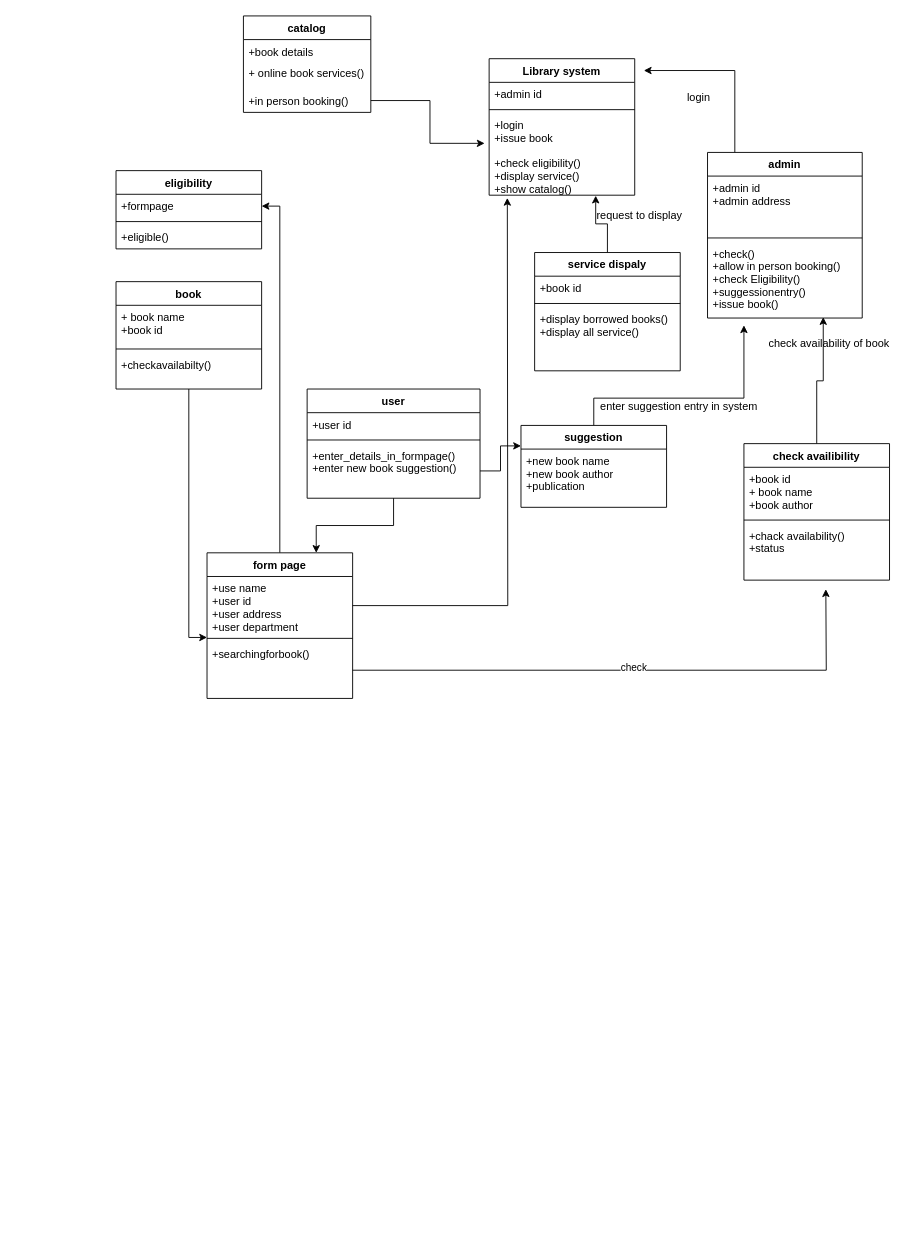
vkss/backpropagation keeps this draw.io diagram as Untitled Diagram.drawio. Above is the earlier version. Source tidied: cells renumbered, new cells numbered last; positions are measured from the earlier drawing's top-left corner, leaving out a move shared by most shapes. Both pictures are drawn from the tidied source at 91%, with x=0, y=0 at pixel (116, 15).
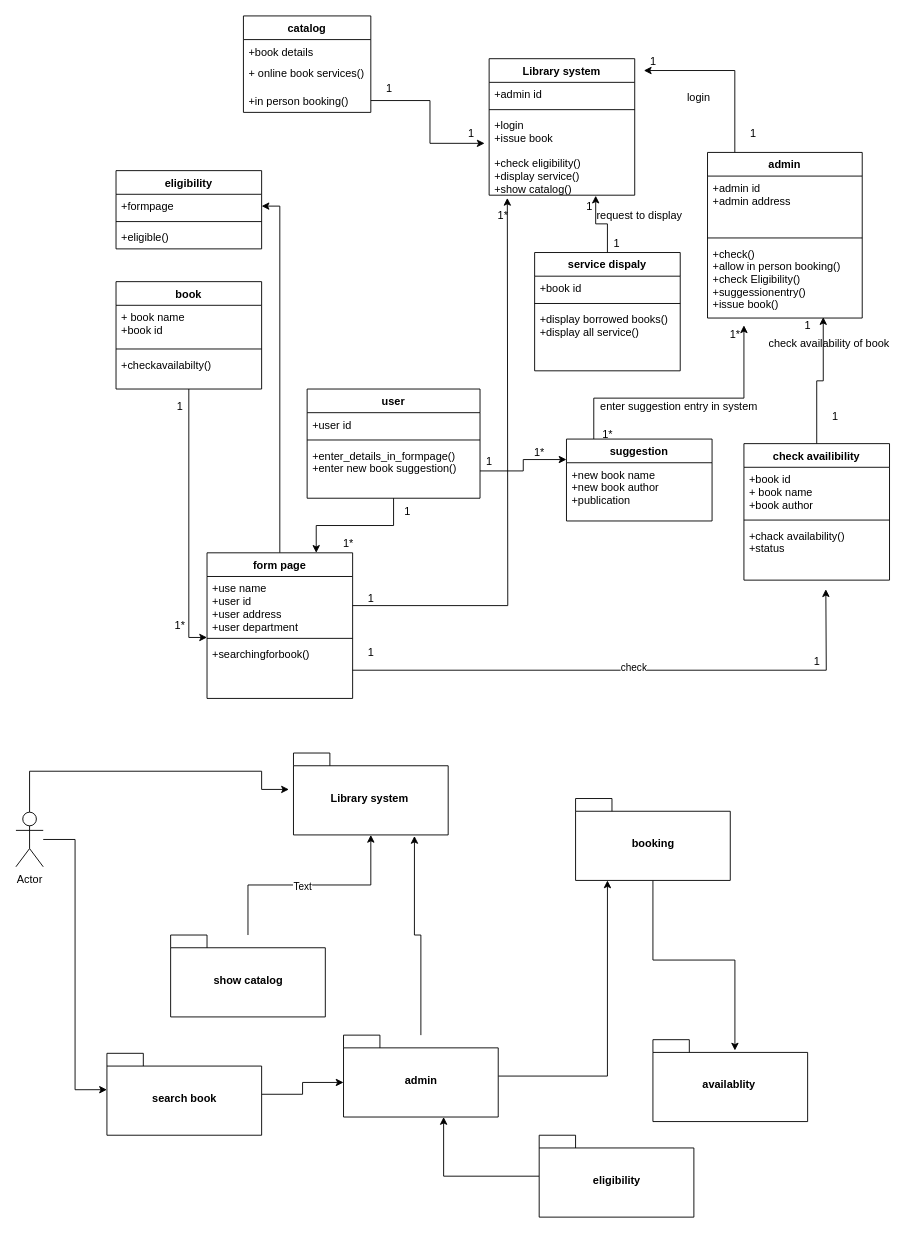
After the change.

Diff of the diagram source:
```diff
@@
     <mxCell id="32" value="suggestion" style="swimlane;fontStyle=1;align=center;verticalAlign=top;horizontal=1;startSize=26;" parent="1" vertex="1">
-      <mxGeometry x="445" y="450" width="160" height="90" as="geometry" />
+      <mxGeometry x="495" y="465" width="160" height="90" as="geometry" />
     </mxCell>
@@
+    <mxCell id="56" value="Library system&amp;nbsp;" style="shape=folder;fontStyle=1;spacingTop=10;tabWidth=40;tabHeight=14;tabPosition=left;html=1;" parent="1" vertex="1">
+      <mxGeometry x="195" y="810" width="170" height="90" as="geometry" />
+    </mxCell>
+    <mxCell id="57" value="1" style="text;html=1;align=center;verticalAlign=middle;strokeColor=none;" parent="1" vertex="1">
+      <mxGeometry x="270" y="690" width="20" height="20" as="geometry" />
+    </mxCell>
+    <mxCell id="58" value="1" style="text;html=1;align=center;verticalAlign=middle;strokeColor=none;" parent="1" vertex="1">
+      <mxGeometry x="760" y="700" width="20" height="20" as="geometry" />
+    </mxCell>
+    <mxCell id="59" value="1" style="text;html=1;align=center;verticalAlign=middle;strokeColor=none;" parent="1" vertex="1">
+      <mxGeometry x="270" y="630" width="20" height="20" as="geometry" />
+    </mxCell>
+    <mxCell id="60" value="1" style="text;html=1;align=center;verticalAlign=middle;strokeColor=none;" parent="1" vertex="1">
+      <mxGeometry x="310" y="535" width="20" height="20" as="geometry" />
+    </mxCell>
+    <mxCell id="61" value="1*" style="text;html=1;align=center;verticalAlign=middle;strokeColor=none;" parent="1" vertex="1">
+      <mxGeometry x="55" y="660" width="30" height="20" as="geometry" />
+    </mxCell>
+    <mxCell id="62" value="1" style="text;html=1;align=center;verticalAlign=middle;strokeColor=none;" parent="1" vertex="1">
+      <mxGeometry x="60" y="420" width="20" height="20" as="geometry" />
+    </mxCell>
+    <mxCell id="63" value="1*" style="text;html=1;align=center;verticalAlign=middle;strokeColor=none;" parent="1" vertex="1">
+      <mxGeometry x="240" y="570" width="30" height="20" as="geometry" />
+    </mxCell>
+    <mxCell id="64" value="1" style="text;html=1;align=center;verticalAlign=middle;strokeColor=none;" parent="1" vertex="1">
+      <mxGeometry x="400" y="480" width="20" height="20" as="geometry" />
+    </mxCell>
+    <mxCell id="65" value="1*" style="text;html=1;align=center;verticalAlign=middle;strokeColor=none;" parent="1" vertex="1">
+      <mxGeometry x="450" y="470" width="30" height="20" as="geometry" />
+    </mxCell>
+    <mxCell id="66" value="1*" style="text;html=1;align=center;verticalAlign=middle;strokeColor=none;" parent="1" vertex="1">
+      <mxGeometry x="410" y="210" width="30" height="20" as="geometry" />
+    </mxCell>
+    <mxCell id="67" value="1" style="text;html=1;align=center;verticalAlign=middle;strokeColor=none;" parent="1" vertex="1">
+      <mxGeometry x="690" y="120" width="20" height="20" as="geometry" />
+    </mxCell>
+    <mxCell id="68" value="1" style="text;html=1;align=center;verticalAlign=middle;strokeColor=none;" parent="1" vertex="1">
+      <mxGeometry x="580" y="40" width="20" height="20" as="geometry" />
+    </mxCell>
+    <mxCell id="69" value="1" style="text;html=1;align=center;verticalAlign=middle;strokeColor=none;" parent="1" vertex="1">
+      <mxGeometry x="780" y="430" width="20" height="20" as="geometry" />
+    </mxCell>
+    <mxCell id="70" value="1" style="text;html=1;align=center;verticalAlign=middle;strokeColor=none;" parent="1" vertex="1">
+      <mxGeometry x="750" y="330" width="20" height="20" as="geometry" />
+    </mxCell>
+    <mxCell id="71" value="1*" style="text;html=1;align=center;verticalAlign=middle;strokeColor=none;" parent="1" vertex="1">
+      <mxGeometry x="525" y="450" width="30" height="20" as="geometry" />
+    </mxCell>
+    <mxCell id="72" value="1*" style="text;html=1;align=center;verticalAlign=middle;strokeColor=none;" parent="1" vertex="1">
+      <mxGeometry x="665" y="340" width="30" height="20" as="geometry" />
+    </mxCell>
+    <mxCell id="73" value="1" style="text;html=1;align=center;verticalAlign=middle;strokeColor=none;" parent="1" vertex="1">
+      <mxGeometry x="540" y="240" width="20" height="20" as="geometry" />
+    </mxCell>
+    <mxCell id="74" value="1" style="text;html=1;align=center;verticalAlign=middle;strokeColor=none;" parent="1" vertex="1">
+      <mxGeometry x="510" y="200" width="20" height="20" as="geometry" />
+    </mxCell>
+    <mxCell id="75" value="1" style="text;html=1;align=center;verticalAlign=middle;strokeColor=none;" parent="1" vertex="1">
+      <mxGeometry x="290" y="70" width="20" height="20" as="geometry" />
+    </mxCell>
+    <mxCell id="76" value="1" style="text;html=1;align=center;verticalAlign=middle;strokeColor=none;" parent="1" vertex="1">
+      <mxGeometry x="380" y="120" width="20" height="20" as="geometry" />
+    </mxCell>
+    <mxCell id="77" style="edgeStyle=orthogonalEdgeStyle;rounded=0;jettySize=auto;html=1;" parent="1" edge="1" source="79" target="56">
+      <mxGeometry relative="1" as="geometry" />
+    </mxCell>
+    <mxCell id="78" value="Text" style="edgeLabel;html=1;align=center;verticalAlign=middle;" parent="77" vertex="1">
+      <mxGeometry x="-0.07" y="-1" relative="1" as="geometry" />
+    </mxCell>
+    <mxCell id="79" value="show catalog" style="shape=folder;fontStyle=1;spacingTop=10;tabWidth=40;tabHeight=14;tabPosition=left;html=1;" parent="1" vertex="1">
+      <mxGeometry x="60" y="1010" width="170" height="90" as="geometry" />
+    </mxCell>
+    <mxCell id="80" style="edgeStyle=orthogonalEdgeStyle;rounded=0;jettySize=auto;html=1;entryX=0.206;entryY=1;entryDx=0;entryDy=0;entryPerimeter=0;" parent="1" edge="1" source="82" target="85">
+      <mxGeometry relative="1" as="geometry" />
+    </mxCell>
+    <mxCell id="81" style="edgeStyle=orthogonalEdgeStyle;rounded=0;jettySize=auto;html=1;entryX=0.782;entryY=1.013;entryDx=0;entryDy=0;entryPerimeter=0;" parent="1" edge="1" source="82" target="56">
+      <mxGeometry relative="1" as="geometry" />
+    </mxCell>
+    <mxCell id="82" value="admin" style="shape=folder;fontStyle=1;spacingTop=10;tabWidth=40;tabHeight=14;tabPosition=left;html=1;" parent="1" vertex="1">
+      <mxGeometry x="250" y="1120" width="170" height="90" as="geometry" />
+    </mxCell>
+    <mxCell id="83" value="availablity&amp;nbsp;" style="shape=folder;fontStyle=1;spacingTop=10;tabWidth=40;tabHeight=14;tabPosition=left;html=1;" parent="1" vertex="1">
+      <mxGeometry x="590" y="1125" width="170" height="90" as="geometry" />
+    </mxCell>
+    <mxCell id="84" style="edgeStyle=orthogonalEdgeStyle;rounded=0;jettySize=auto;html=1;entryX=0.53;entryY=0.132;entryDx=0;entryDy=0;entryPerimeter=0;" parent="1" edge="1" source="85" target="83">
+      <mxGeometry relative="1" as="geometry" />
+    </mxCell>
+    <mxCell id="85" value="booking" style="shape=folder;fontStyle=1;spacingTop=10;tabWidth=40;tabHeight=14;tabPosition=left;html=1;" parent="1" vertex="1">
+      <mxGeometry x="505" y="860" width="170" height="90" as="geometry" />
+    </mxCell>
+    <mxCell id="86" style="edgeStyle=orthogonalEdgeStyle;rounded=0;jettySize=auto;html=1;" parent="1" edge="1" source="88">
+      <mxGeometry relative="1" as="geometry">
+        <mxPoint x="190" y="850" as="targetPoint" />
+        <Array as="points">
+          <mxPoint x="-95" y="830" />
+          <mxPoint x="160" y="830" />
+          <mxPoint x="160" y="850" />
+        </Array>
+      </mxGeometry>
+    </mxCell>
+    <mxCell id="87" style="edgeStyle=orthogonalEdgeStyle;rounded=0;jettySize=auto;html=1;entryX=0;entryY=0.444;entryDx=0;entryDy=0;entryPerimeter=0;" parent="1" edge="1" source="88" target="92">
+      <mxGeometry relative="1" as="geometry" />
+    </mxCell>
+    <mxCell id="88" value="Actor" style="shape=umlActor;verticalLabelPosition=bottom;verticalAlign=top;html=1;" parent="1" vertex="1">
+      <mxGeometry x="-110" y="875" width="30" height="60" as="geometry" />
+    </mxCell>
+    <mxCell id="89" style="edgeStyle=orthogonalEdgeStyle;rounded=0;jettySize=auto;html=1;entryX=0.647;entryY=1;entryDx=0;entryDy=0;entryPerimeter=0;" parent="1" edge="1" source="90" target="82">
+      <mxGeometry relative="1" as="geometry" />
+    </mxCell>
+    <mxCell id="90" value="eligibility" style="shape=folder;fontStyle=1;spacingTop=10;tabWidth=40;tabHeight=14;tabPosition=left;html=1;" parent="1" vertex="1">
+      <mxGeometry x="465" y="1230" width="170" height="90" as="geometry" />
+    </mxCell>
+    <mxCell id="91" style="edgeStyle=orthogonalEdgeStyle;rounded=0;jettySize=auto;html=1;entryX=0;entryY=0;entryDx=0;entryDy=52;entryPerimeter=0;" parent="1" edge="1" source="92" target="82">
+      <mxGeometry relative="1" as="geometry" />
+    </mxCell>
+    <mxCell id="92" value="search book" style="shape=folder;fontStyle=1;spacingTop=10;tabWidth=40;tabHeight=14;tabPosition=left;html=1;" parent="1" vertex="1">
+      <mxGeometry x="-10" y="1140" width="170" height="90" as="geometry" />
+    </mxCell>
```
